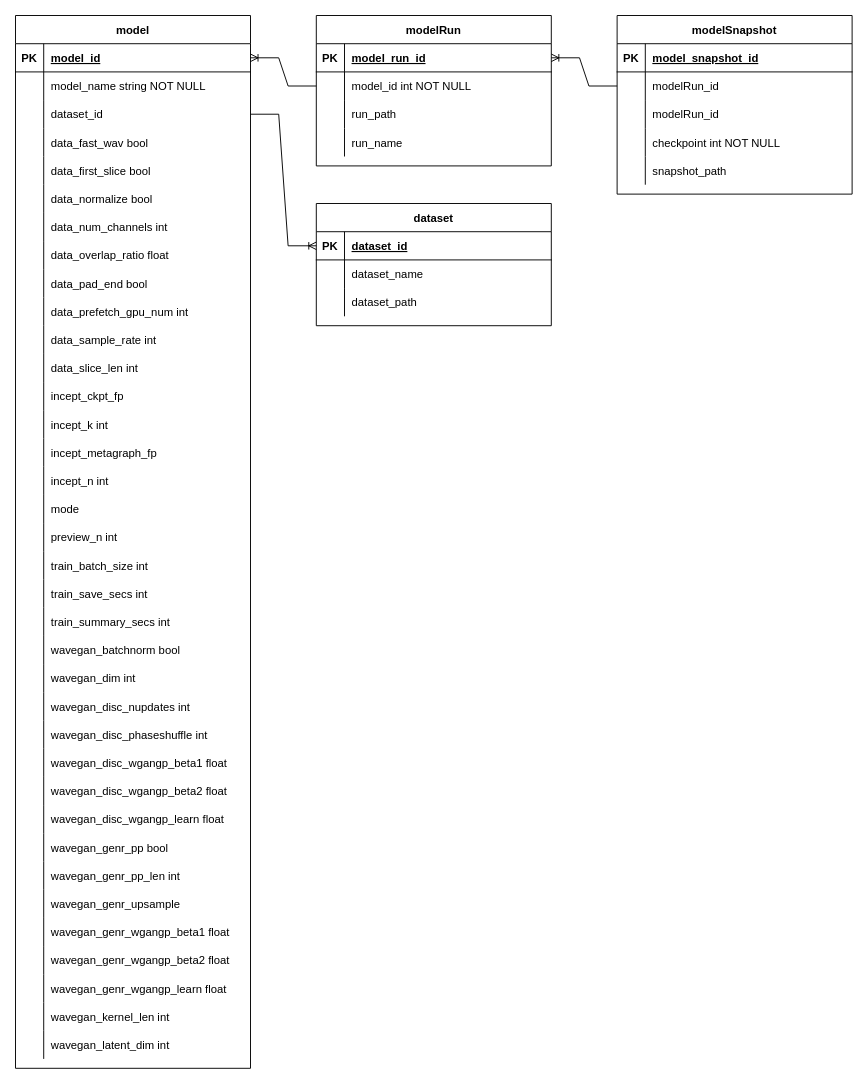
Above: wgan_db_model_erd.drawio in mattjwarren/django-wganmgr (draw.io), before the change. Source tidied: cells renumbered, new cells numbered last; positions are measured from the earlier drawing's top-left corner, leaving out a move shared by most shapes. Both pictures are drawn from the tidied source at 94%, with x=0, y=0 at pixel (15, 15).
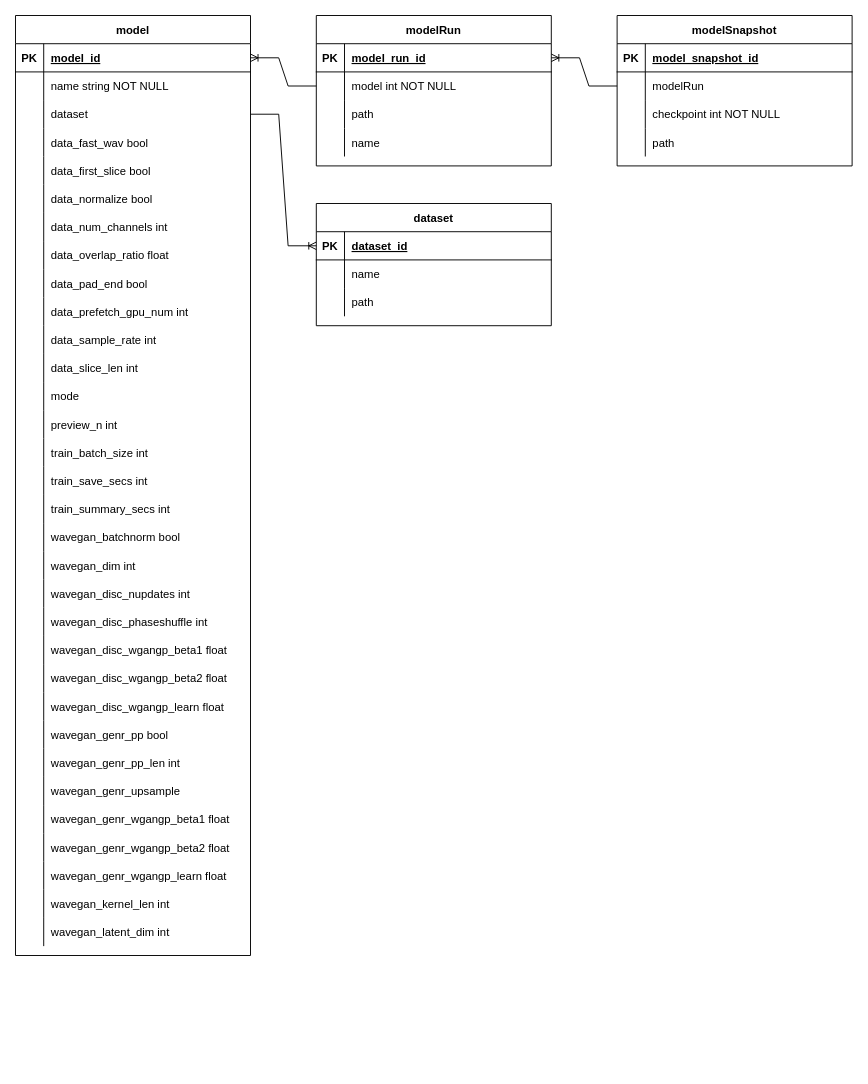
The same page after the edit.

Unchanged cells that the change refers to:
```xml
<mxCell id="6" style="shape=partialRectangle;fillColor=none;points=[[0,0.5],[1,0.5]];portConstraint=eastwest;top=0;left=0;right=0;bottom=0;" parent="2" vertex="1">
  <mxGeometry y="60" width="250" height="30" as="geometry" />
</mxCell>
<mxCell id="9" style="shape=partialRectangle;fillColor=none;top=0;left=0;right=0;bottom=0;" parent="2" vertex="1">
  <mxGeometry y="90" width="250" height="30" as="geometry" />
</mxCell>
<mxCell id="12" style="shape=partialRectangle;fillColor=none;top=0;left=0;right=0;bottom=0;" parent="2" vertex="1">
  <mxGeometry y="120" width="250" height="30" as="geometry" />
</mxCell>
<mxCell id="19" style="shape=partialRectangle;fillColor=none;points=[[0,0.5],[1,0.5]];portConstraint=eastwest;top=0;left=0;right=0;bottom=0;" parent="15" vertex="1">
  <mxGeometry y="60" width="250" height="30" as="geometry" />
</mxCell>
<mxCell id="35" style="shape=partialRectangle;fillColor=none;top=0;left=0;right=0;bottom=0;" parent="31" vertex="1">
  <mxGeometry y="60" width="250" height="30" as="geometry" />
</mxCell>
<mxCell id="38" style="shape=partialRectangle;fillColor=none;points=[[0,0.5],[1,0.5]];portConstraint=eastwest;top=0;left=0;right=0;bottom=0;" parent="31" vertex="1">
  <mxGeometry y="90" width="250" height="30" as="geometry" />
</mxCell>
<mxCell id="145" style="shape=partialRectangle;fillColor=none;top=0;left=0;right=0;bottom=0;" parent="141" vertex="1">
  <mxGeometry y="60" width="250" height="30" as="geometry" />
</mxCell>
<mxCell id="148" style="shape=partialRectangle;fillColor=none;top=0;left=0;right=0;bottom=0;" parent="141" vertex="1">
  <mxGeometry y="90" width="250" height="30" as="geometry" />
</mxCell>
```

Change to the diagram source:
```diff
@@
-    <mxCell id="8" value="model_id int NOT NULL" style="shape=partialRectangle;overflow=hidden;fillColor=none;top=0;left=0;bottom=0;right=0;align=left;spacingLeft=6;" parent="6" vertex="1">
+    <mxCell id="8" value="model int NOT NULL" style="shape=partialRectangle;overflow=hidden;fillColor=none;top=0;left=0;bottom=0;right=0;align=left;spacingLeft=6;" parent="6" vertex="1">
       <mxGeometry x="30" width="220" height="30" as="geometry" />
     </mxCell>
@@
-    <mxCell id="11" value="run_path" style="shape=partialRectangle;overflow=hidden;fillColor=none;top=0;left=0;bottom=0;right=0;align=left;spacingLeft=6;" parent="9" vertex="1">
+    <mxCell id="11" value="path" style="shape=partialRectangle;overflow=hidden;fillColor=none;top=0;left=0;bottom=0;right=0;align=left;spacingLeft=6;" parent="9" vertex="1">
       <mxGeometry x="30" width="220" height="30" as="geometry" />
     </mxCell>
@@
-    <mxCell id="14" value="run_name" style="shape=partialRectangle;overflow=hidden;fillColor=none;top=0;left=0;bottom=0;right=0;align=left;spacingLeft=6;" parent="12" vertex="1">
+    <mxCell id="14" value="name" style="shape=partialRectangle;overflow=hidden;fillColor=none;top=0;left=0;bottom=0;right=0;align=left;spacingLeft=6;" parent="12" vertex="1">
       <mxGeometry x="30" width="220" height="30" as="geometry" />
     </mxCell>
     <mxCell id="15" value="modelSnapshot" style="shape=table;startSize=30;childLayout=tableLayout;rowLines=0;fontStyle=1;align=center;" parent="1" vertex="1">
-      <mxGeometry x="640" width="250" height="190" as="geometry" />
+      <mxGeometry x="640" width="250" height="160" as="geometry" />
     </mxCell>
@@
-    <mxCell id="21" value="modelRun_id" style="shape=partialRectangle;overflow=hidden;fillColor=none;top=0;left=0;bottom=0;right=0;align=left;spacingLeft=6;" parent="19" vertex="1">
+    <mxCell id="21" value="modelRun" style="shape=partialRectangle;overflow=hidden;fillColor=none;top=0;left=0;bottom=0;right=0;align=left;spacingLeft=6;" parent="19" vertex="1">
       <mxGeometry x="30" width="220" height="30" as="geometry" />
     </mxCell>
-    <mxCell id="22" style="shape=partialRectangle;fillColor=none;top=0;left=0;right=0;bottom=0;" parent="15" vertex="1">
-      <mxGeometry y="90" width="250" height="30" as="geometry" />
-    </mxCell>
-    <mxCell id="23" style="shape=partialRectangle;overflow=hidden;fillColor=none;top=0;left=0;bottom=0;right=0;" parent="22" vertex="1">
-      <mxGeometry width="30" height="30" as="geometry" />
-    </mxCell>
-    <mxCell id="24" value="modelRun_id" style="shape=partialRectangle;overflow=hidden;fillColor=none;top=0;left=0;bottom=0;right=0;align=left;spacingLeft=6;" parent="22" vertex="1">
-      <mxGeometry x="30" width="220" height="30" as="geometry" />
-    </mxCell>
     <mxCell id="25" style="shape=partialRectangle;fillColor=none;top=0;left=0;right=0;bottom=0;" parent="15" vertex="1">
-      <mxGeometry y="120" width="250" height="30" as="geometry" />
+      <mxGeometry y="90" width="250" height="30" as="geometry" />
     </mxCell>
@@
     <mxCell id="28" style="shape=partialRectangle;fillColor=none;top=0;left=0;right=0;bottom=0;" parent="15" vertex="1">
-      <mxGeometry y="150" width="250" height="30" as="geometry" />
+      <mxGeometry y="120" width="250" height="30" as="geometry" />
     </mxCell>
@@
-    <mxCell id="30" value="snapshot_path" style="shape=partialRectangle;overflow=hidden;fillColor=none;top=0;left=0;bottom=0;right=0;align=left;spacingLeft=6;" parent="28" vertex="1">
+    <mxCell id="30" value="path" style="shape=partialRectangle;overflow=hidden;fillColor=none;top=0;left=0;bottom=0;right=0;align=left;spacingLeft=6;" parent="28" vertex="1">
       <mxGeometry x="30" width="220" height="30" as="geometry" />
     </mxCell>
     <mxCell id="31" value="model" style="shape=table;startSize=30;childLayout=tableLayout;rowLines=0;fontStyle=1;align=center;" parent="1" vertex="1">
-      <mxGeometry width="250" height="1120" as="geometry" />
+      <mxGeometry width="250" height="1000" as="geometry" />
     </mxCell>
@@
-    <mxCell id="37" value="model_name string NOT NULL" style="shape=partialRectangle;overflow=hidden;fillColor=none;top=0;left=0;bottom=0;right=0;align=left;spacingLeft=6;" parent="35" vertex="1">
+    <mxCell id="37" value="name string NOT NULL" style="shape=partialRectangle;overflow=hidden;fillColor=none;top=0;left=0;bottom=0;right=0;align=left;spacingLeft=6;" parent="35" vertex="1">
       <mxGeometry x="30" width="220" height="30" as="geometry" />
     </mxCell>
@@
-    <mxCell id="40" value="dataset_id" style="shape=partialRectangle;overflow=hidden;fillColor=none;top=0;left=0;bottom=0;right=0;align=left;spacingLeft=6;" parent="38" vertex="1">
+    <mxCell id="40" value="dataset" style="shape=partialRectangle;overflow=hidden;fillColor=none;top=0;left=0;bottom=0;right=0;align=left;spacingLeft=6;" parent="38" vertex="1">
       <mxGeometry x="30" width="220" height="30" as="geometry" />
     </mxCell>
@@
-    <mxCell id="68" style="shape=partialRectangle;fillColor=none;top=0;left=0;right=0;bottom=0;" parent="31" vertex="1">
-      <mxGeometry y="390" width="250" height="30" as="geometry" />
-    </mxCell>
-    <mxCell id="69" style="shape=partialRectangle;overflow=hidden;fillColor=none;top=0;left=0;bottom=0;right=0;" parent="68" vertex="1">
-      <mxGeometry width="30" height="30" as="geometry" />
-    </mxCell>
-    <mxCell id="70" value="incept_ckpt_fp" style="shape=partialRectangle;overflow=hidden;fillColor=none;top=0;left=0;bottom=0;right=0;align=left;spacingLeft=6;" parent="68" vertex="1">
-      <mxGeometry x="30" width="220" height="30" as="geometry" />
-    </mxCell>
-    <mxCell id="71" style="shape=partialRectangle;fillColor=none;top=0;left=0;right=0;bottom=0;" parent="31" vertex="1">
-      <mxGeometry y="420" width="250" height="30" as="geometry" />
-    </mxCell>
-    <mxCell id="72" style="shape=partialRectangle;overflow=hidden;fillColor=none;top=0;left=0;bottom=0;right=0;" parent="71" vertex="1">
-      <mxGeometry width="30" height="30" as="geometry" />
-    </mxCell>
-    <mxCell id="73" value="incept_k int" style="shape=partialRectangle;overflow=hidden;fillColor=none;top=0;left=0;bottom=0;right=0;align=left;spacingLeft=6;" parent="71" vertex="1">
-      <mxGeometry x="30" width="220" height="30" as="geometry" />
-    </mxCell>
-    <mxCell id="74" style="shape=partialRectangle;fillColor=none;top=0;left=0;right=0;bottom=0;" parent="31" vertex="1">
-      <mxGeometry y="450" width="250" height="30" as="geometry" />
-    </mxCell>
-    <mxCell id="75" style="shape=partialRectangle;overflow=hidden;fillColor=none;top=0;left=0;bottom=0;right=0;" parent="74" vertex="1">
-      <mxGeometry width="30" height="30" as="geometry" />
-    </mxCell>
-    <mxCell id="76" value="incept_metagraph_fp" style="shape=partialRectangle;overflow=hidden;fillColor=none;top=0;left=0;bottom=0;right=0;align=left;spacingLeft=6;" parent="74" vertex="1">
-      <mxGeometry x="30" width="220" height="30" as="geometry" />
-    </mxCell>
-    <mxCell id="77" style="shape=partialRectangle;fillColor=none;top=0;left=0;right=0;bottom=0;" parent="31" vertex="1">
-      <mxGeometry y="480" width="250" height="30" as="geometry" />
-    </mxCell>
-    <mxCell id="78" style="shape=partialRectangle;overflow=hidden;fillColor=none;top=0;left=0;bottom=0;right=0;" parent="77" vertex="1">
-      <mxGeometry width="30" height="30" as="geometry" />
-    </mxCell>
-    <mxCell id="79" value="incept_n int" style="shape=partialRectangle;overflow=hidden;fillColor=none;top=0;left=0;bottom=0;right=0;align=left;spacingLeft=6;" parent="77" vertex="1">
-      <mxGeometry x="30" width="220" height="30" as="geometry" />
-    </mxCell>
     <mxCell id="80" style="shape=partialRectangle;fillColor=none;top=0;left=0;right=0;bottom=0;" parent="31" vertex="1">
-      <mxGeometry y="510" width="250" height="30" as="geometry" />
+      <mxGeometry y="390" width="250" height="30" as="geometry" />
     </mxCell>
@@
     <mxCell id="83" style="shape=partialRectangle;fillColor=none;top=0;left=0;right=0;bottom=0;" parent="31" vertex="1">
-      <mxGeometry y="540" width="250" height="30" as="geometry" />
+      <mxGeometry y="420" width="250" height="30" as="geometry" />
     </mxCell>
@@
     <mxCell id="86" style="shape=partialRectangle;fillColor=none;top=0;left=0;right=0;bottom=0;" parent="31" vertex="1">
-      <mxGeometry y="570" width="250" height="30" as="geometry" />
+      <mxGeometry y="450" width="250" height="30" as="geometry" />
     </mxCell>
@@
     <mxCell id="89" style="shape=partialRectangle;fillColor=none;top=0;left=0;right=0;bottom=0;" parent="31" vertex="1">
-      <mxGeometry y="600" width="250" height="30" as="geometry" />
+      <mxGeometry y="480" width="250" height="30" as="geometry" />
     </mxCell>
@@
     <mxCell id="92" style="shape=partialRectangle;fillColor=none;top=0;left=0;right=0;bottom=0;" parent="31" vertex="1">
-      <mxGeometry y="630" width="250" height="30" as="geometry" />
+      <mxGeometry y="510" width="250" height="30" as="geometry" />
     </mxCell>
@@
     <mxCell id="95" style="shape=partialRectangle;fillColor=none;top=0;left=0;right=0;bottom=0;" parent="31" vertex="1">
-      <mxGeometry y="660" width="250" height="30" as="geometry" />
+      <mxGeometry y="540" width="250" height="30" as="geometry" />
     </mxCell>
@@
     <mxCell id="98" style="shape=partialRectangle;fillColor=none;top=0;left=0;right=0;bottom=0;" parent="31" vertex="1">
-      <mxGeometry y="690" width="250" height="30" as="geometry" />
+      <mxGeometry y="570" width="250" height="30" as="geometry" />
     </mxCell>
@@
     <mxCell id="101" style="shape=partialRectangle;fillColor=none;top=0;left=0;right=0;bottom=0;" parent="31" vertex="1">
-      <mxGeometry y="720" width="250" height="30" as="geometry" />
+      <mxGeometry y="600" width="250" height="30" as="geometry" />
     </mxCell>
@@
     <mxCell id="104" style="shape=partialRectangle;fillColor=none;top=0;left=0;right=0;bottom=0;" parent="31" vertex="1">
-      <mxGeometry y="750" width="250" height="30" as="geometry" />
+      <mxGeometry y="630" width="250" height="30" as="geometry" />
     </mxCell>
@@
     <mxCell id="107" style="shape=partialRectangle;fillColor=none;top=0;left=0;right=0;bottom=0;" parent="31" vertex="1">
-      <mxGeometry y="780" width="250" height="30" as="geometry" />
+      <mxGeometry y="660" width="250" height="30" as="geometry" />
     </mxCell>
@@
     <mxCell id="110" style="shape=partialRectangle;fillColor=none;top=0;left=0;right=0;bottom=0;" parent="31" vertex="1">
-      <mxGeometry y="810" width="250" height="30" as="geometry" />
+      <mxGeometry y="690" width="250" height="30" as="geometry" />
     </mxCell>
@@
     <mxCell id="113" style="shape=partialRectangle;fillColor=none;top=0;left=0;right=0;bottom=0;" parent="31" vertex="1">
-      <mxGeometry y="840" width="250" height="30" as="geometry" />
+      <mxGeometry y="720" width="250" height="30" as="geometry" />
     </mxCell>
@@
     <mxCell id="116" style="shape=partialRectangle;fillColor=none;top=0;left=0;right=0;bottom=0;" parent="31" vertex="1">
-      <mxGeometry y="870" width="250" height="30" as="geometry" />
+      <mxGeometry y="750" width="250" height="30" as="geometry" />
     </mxCell>
@@
     <mxCell id="119" style="shape=partialRectangle;fillColor=none;top=0;left=0;right=0;bottom=0;" parent="31" vertex="1">
-      <mxGeometry y="900" width="250" height="30" as="geometry" />
+      <mxGeometry y="780" width="250" height="30" as="geometry" />
     </mxCell>
@@
     <mxCell id="122" style="shape=partialRectangle;fillColor=none;top=0;left=0;right=0;bottom=0;" parent="31" vertex="1">
-      <mxGeometry y="930" width="250" height="30" as="geometry" />
+      <mxGeometry y="810" width="250" height="30" as="geometry" />
     </mxCell>
@@
     <mxCell id="125" style="shape=partialRectangle;fillColor=none;top=0;left=0;right=0;bottom=0;" parent="31" vertex="1">
-      <mxGeometry y="960" width="250" height="30" as="geometry" />
+      <mxGeometry y="840" width="250" height="30" as="geometry" />
     </mxCell>
@@
     <mxCell id="128" style="shape=partialRectangle;fillColor=none;top=0;left=0;right=0;bottom=0;" parent="31" vertex="1">
-      <mxGeometry y="990" width="250" height="30" as="geometry" />
+      <mxGeometry y="870" width="250" height="30" as="geometry" />
     </mxCell>
@@
     <mxCell id="131" style="shape=partialRectangle;fillColor=none;top=0;left=0;right=0;bottom=0;" parent="31" vertex="1">
-      <mxGeometry y="1020" width="250" height="30" as="geometry" />
+      <mxGeometry y="900" width="250" height="30" as="geometry" />
     </mxCell>
@@
     <mxCell id="134" style="shape=partialRectangle;fillColor=none;top=0;left=0;right=0;bottom=0;" parent="31" vertex="1">
-      <mxGeometry y="1050" width="250" height="30" as="geometry" />
+      <mxGeometry y="930" width="250" height="30" as="geometry" />
     </mxCell>
@@
     <mxCell id="137" style="shape=partialRectangle;fillColor=none;top=0;left=0;right=0;bottom=0;" parent="31" vertex="1">
-      <mxGeometry y="1080" width="250" height="30" as="geometry" />
+      <mxGeometry y="960" width="250" height="30" as="geometry" />
     </mxCell>
@@
-    <mxCell id="147" value="dataset_name" style="shape=partialRectangle;overflow=hidden;fillColor=none;top=0;left=0;bottom=0;right=0;align=left;spacingLeft=6;" parent="145" vertex="1">
+    <mxCell id="147" value="name" style="shape=partialRectangle;overflow=hidden;fillColor=none;top=0;left=0;bottom=0;right=0;align=left;spacingLeft=6;" parent="145" vertex="1">
       <mxGeometry x="30" width="220" height="30" as="geometry" />
     </mxCell>
@@
-    <mxCell id="150" value="dataset_path" style="shape=partialRectangle;overflow=hidden;fillColor=none;top=0;left=0;bottom=0;right=0;align=left;spacingLeft=6;" parent="148" vertex="1">
+    <mxCell id="150" value="path" style="shape=partialRectangle;overflow=hidden;fillColor=none;top=0;left=0;bottom=0;right=0;align=left;spacingLeft=6;" parent="148" vertex="1">
       <mxGeometry x="30" width="220" height="30" as="geometry" />
     </mxCell>
```
